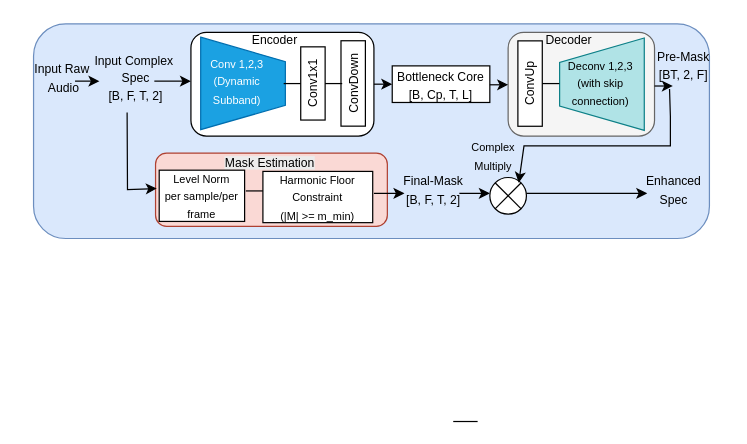
drchk/Timeseries_fuction keeps this draw.io diagram as Untitled Diagram.drawio. Above is the earlier version. Source tidied: cells renumbered, new cells numbered last; positions are measured from the earlier drawing's top-left corner, leaving out a move shared by most shapes. Both pictures are drawn from the tidied source at 122%, with x=0, y=0 at pixel (21, 21).
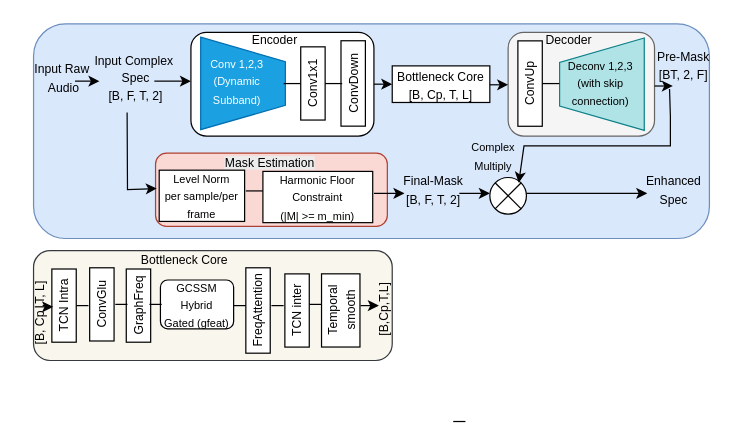
The same page after the edit.

The edit, as a diff of the source:
```diff
@@
     <mxCell id="12" style="endArrow=none;html=1;rounded=0;" parent="1" edge="1">
       <mxGeometry relative="1" as="geometry">
         <mxPoint x="354" y="328" as="sourcePoint" />
-        <mxPoint x="374" y="328" as="targetPoint" />
+        <mxPoint x="364" y="328" as="targetPoint" />
       </mxGeometry>
     </mxCell>
@@
+    <mxCell id="41" style="rounded=1;whiteSpace=wrap;html=1;fillColor=#f9f7ed;strokeColor=#36393d;" parent="1" vertex="1">
+      <mxGeometry x="10" y="188" width="294" height="90" as="geometry" />
+    </mxCell>
+    <mxCell id="42" value="&lt;font style=&quot;font-size: 10px;&quot;&gt;Bottleneck Core&lt;/font&gt;" style="text;html=1;whiteSpace=wrap;strokeColor=none;fillColor=none;align=center;verticalAlign=middle;rounded=0;" parent="1" vertex="1">
+      <mxGeometry x="94" y="180" width="80" height="30" as="geometry" />
+    </mxCell>
+    <mxCell id="43" value="&lt;font style=&quot;font-size: 10px;&quot;&gt;TCN Intra&lt;/font&gt;" style="rounded=0;whiteSpace=wrap;html=1;rotation=-90;" parent="1" vertex="1">
+      <mxGeometry x="5" y="223" width="60" height="20" as="geometry" />
+    </mxCell>
+    <mxCell id="44" value="&lt;font style=&quot;font-size: 10px;&quot;&gt;ConvGlu&lt;/font&gt;" style="rounded=0;whiteSpace=wrap;html=1;rotation=-90;" parent="1" vertex="1">
+      <mxGeometry x="36" y="222" width="60" height="20" as="geometry" />
+    </mxCell>
+    <mxCell id="45" value="&lt;font style=&quot;font-size: 10px;&quot;&gt;GraphFreq&lt;/font&gt;" style="rounded=0;whiteSpace=wrap;html=1;rotation=-90;" parent="1" vertex="1">
+      <mxGeometry x="66" y="223" width="60" height="20" as="geometry" />
+    </mxCell>
+    <mxCell id="46" value="&lt;font style=&quot;font-size: 10px;&quot;&gt;FreqAttention&lt;/font&gt;" style="rounded=0;whiteSpace=wrap;html=1;rotation=-90;" parent="1" vertex="1">
+      <mxGeometry x="159" y="227" width="70" height="20" as="geometry" />
+    </mxCell>
+    <mxCell id="47" value="&lt;font style=&quot;font-size: 10px;&quot;&gt;TCN inter&lt;/font&gt;" style="rounded=0;whiteSpace=wrap;html=1;rotation=-90;" parent="1" vertex="1">
+      <mxGeometry x="196" y="227" width="60" height="20" as="geometry" />
+    </mxCell>
+    <mxCell id="48" value="&lt;font style=&quot;font-size: 10px;&quot;&gt;Temporal&lt;/font&gt;&lt;div&gt;&lt;font style=&quot;font-size: 10px;&quot;&gt;smooth&lt;/font&gt;&lt;/div&gt;" style="rounded=0;whiteSpace=wrap;html=1;rotation=-90;" parent="1" vertex="1">
+      <mxGeometry x="231.8" y="221.2" width="60" height="31.5" as="geometry" />
+    </mxCell>
+    <mxCell id="49" value="&lt;font style=&quot;font-size: 9px;&quot;&gt;GCSSM&lt;/font&gt;&lt;div&gt;&lt;font style=&quot;font-size: 9px;&quot;&gt;Hybrid&lt;/font&gt;&lt;/div&gt;&lt;div&gt;&lt;font style=&quot;font-size: 9px;&quot;&gt;Gated (gfeat)&lt;/font&gt;&lt;/div&gt;" style="rounded=1;whiteSpace=wrap;html=1;" parent="1" vertex="1">
+      <mxGeometry x="114" y="212" width="60" height="40" as="geometry" />
+    </mxCell>
+    <mxCell id="50" style="endArrow=none;html=1;rounded=0;" parent="1" edge="1">
+      <mxGeometry relative="1" as="geometry">
+        <mxPoint x="45" y="233" as="sourcePoint" />
+        <mxPoint x="55" y="233" as="targetPoint" />
+      </mxGeometry>
+    </mxCell>
+    <mxCell id="51" style="endArrow=none;html=1;rounded=0;" parent="1" edge="1">
+      <mxGeometry relative="1" as="geometry">
+        <mxPoint x="77" y="232" as="sourcePoint" />
+        <mxPoint x="87" y="232" as="targetPoint" />
+      </mxGeometry>
+    </mxCell>
+    <mxCell id="52" style="endArrow=none;html=1;rounded=0;" parent="1" edge="1">
+      <mxGeometry relative="1" as="geometry">
+        <mxPoint x="174" y="233" as="sourcePoint" />
+        <mxPoint x="184" y="233" as="targetPoint" />
+      </mxGeometry>
+    </mxCell>
+    <mxCell id="53" style="endArrow=none;html=1;rounded=0;" parent="1" edge="1">
+      <mxGeometry relative="1" as="geometry">
+        <mxPoint x="205" y="233" as="sourcePoint" />
+        <mxPoint x="215" y="233" as="targetPoint" />
+      </mxGeometry>
+    </mxCell>
+    <mxCell id="54" style="endArrow=none;html=1;rounded=0;" parent="1" edge="1">
+      <mxGeometry relative="1" as="geometry">
+        <mxPoint x="236" y="232" as="sourcePoint" />
+        <mxPoint x="246" y="232" as="targetPoint" />
+      </mxGeometry>
+    </mxCell>
+    <mxCell id="55" style="endArrow=classic;html=1;rounded=0;exitX=1;exitY=0.5;exitDx=0;exitDy=0;entryX=0;entryY=0.5;entryDx=0;entryDy=0;" parent="1" edge="1">
+      <mxGeometry relative="1" as="geometry">
+        <mxPoint x="278" y="233" as="sourcePoint" />
+        <mxPoint x="293" y="233" as="targetPoint" />
+      </mxGeometry>
+    </mxCell>
+    <mxCell id="56" style="endArrow=classic;html=1;rounded=0;exitX=1;exitY=0.5;exitDx=0;exitDy=0;entryX=0;entryY=0.5;entryDx=0;entryDy=0;" parent="1" edge="1">
+      <mxGeometry relative="1" as="geometry">
+        <mxPoint x="11" y="234" as="sourcePoint" />
+        <mxPoint x="26" y="234" as="targetPoint" />
+      </mxGeometry>
+    </mxCell>
+    <mxCell id="57" value="&lt;font style=&quot;font-size: 10px;&quot;&gt;[B,Cp,T,L]&lt;/font&gt;" style="text;html=1;whiteSpace=wrap;strokeColor=none;fillColor=none;align=center;verticalAlign=middle;rounded=0;rotation=-90;" parent="1" vertex="1">
+      <mxGeometry x="267" y="221.2" width="60" height="30" as="geometry" />
+    </mxCell>
+    <mxCell id="58" value="&lt;font style=&quot;font-size: 10px;&quot;&gt;[B, Cp ,T, L]&lt;/font&gt;" style="text;html=1;whiteSpace=wrap;strokeColor=none;fillColor=none;align=center;verticalAlign=middle;rounded=0;rotation=-90;" parent="1" vertex="1">
+      <mxGeometry x="-20" y="224.2" width="70" height="30" as="geometry" />
+    </mxCell>
+    <mxCell id="59" style="endArrow=none;html=1;rounded=0;" parent="1" edge="1">
+      <mxGeometry relative="1" as="geometry">
+        <mxPoint x="105" y="232" as="sourcePoint" />
+        <mxPoint x="115" y="232" as="targetPoint" />
+      </mxGeometry>
+    </mxCell>
```
